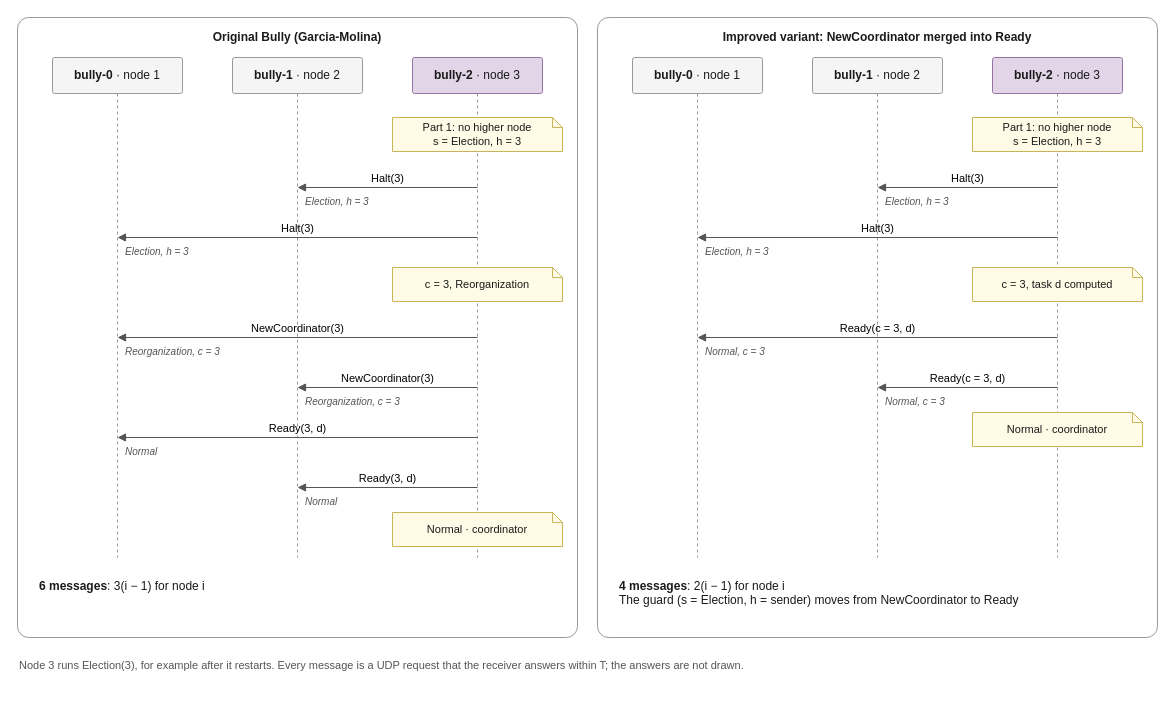
Above: docs/report/diagrams/bully-messages.drawio in pattygithubby/ds-p2-fortune-cookie (draw.io), before the change. Source tidied: cells renumbered, new cells numbered last; positions are measured from the earlier drawing's top-left corner, leaving out a move shared by most shapes. Both pictures are drawn from the tidied source at 100%, with x=0, y=0 at pixel (17, 17).
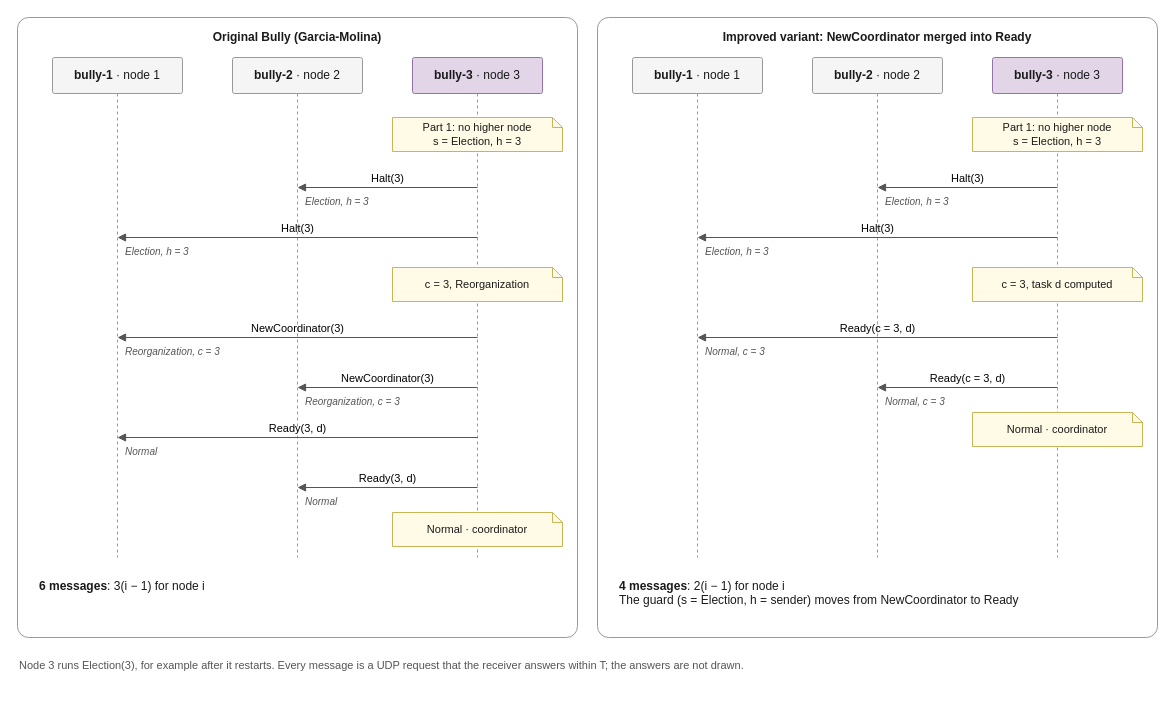
After the change.

Diff of the diagram source:
```diff
@@
-    <mxCell id="10" value="&lt;b&gt;bully-0&lt;/b&gt; · node 1" style="rounded=1;arcSize=6;fontFamily=Helvetica;fontSize=12;fontColor=#1a1a1a;html=1;whiteSpace=wrap;fillColor=#f5f5f5;strokeColor=#999999;" parent="1" vertex="1">
+    <mxCell id="10" value="&lt;b&gt;bully-1&lt;/b&gt; · node 1" style="rounded=1;arcSize=6;fontFamily=Helvetica;fontSize=12;fontColor=#1a1a1a;html=1;whiteSpace=wrap;fillColor=#f5f5f5;strokeColor=#999999;" parent="1" vertex="1">
       <mxGeometry x="35" y="40" width="130" height="36" as="geometry" />
     </mxCell>
-    <mxCell id="11" value="&lt;b&gt;bully-1&lt;/b&gt; · node 2" style="rounded=1;arcSize=6;fontFamily=Helvetica;fontSize=12;fontColor=#1a1a1a;html=1;whiteSpace=wrap;fillColor=#f5f5f5;strokeColor=#999999;" parent="1" vertex="1">
+    <mxCell id="11" value="&lt;b&gt;bully-2&lt;/b&gt; · node 2" style="rounded=1;arcSize=6;fontFamily=Helvetica;fontSize=12;fontColor=#1a1a1a;html=1;whiteSpace=wrap;fillColor=#f5f5f5;strokeColor=#999999;" parent="1" vertex="1">
       <mxGeometry x="215" y="40" width="130" height="36" as="geometry" />
     </mxCell>
-    <mxCell id="12" value="&lt;b&gt;bully-2&lt;/b&gt; · node 3" style="rounded=1;arcSize=6;fontFamily=Helvetica;fontSize=12;fontColor=#1a1a1a;html=1;whiteSpace=wrap;fillColor=#e1d5e7;strokeColor=#9673a6;" parent="1" vertex="1">
+    <mxCell id="12" value="&lt;b&gt;bully-3&lt;/b&gt; · node 3" style="rounded=1;arcSize=6;fontFamily=Helvetica;fontSize=12;fontColor=#1a1a1a;html=1;whiteSpace=wrap;fillColor=#e1d5e7;strokeColor=#9673a6;" parent="1" vertex="1">
       <mxGeometry x="395" y="40" width="130" height="36" as="geometry" />
     </mxCell>
@@
-    <mxCell id="29" value="&lt;b&gt;bully-0&lt;/b&gt; · node 1" style="rounded=1;arcSize=6;fontFamily=Helvetica;fontSize=12;fontColor=#1a1a1a;html=1;whiteSpace=wrap;fillColor=#f5f5f5;strokeColor=#999999;" parent="1" vertex="1">
+    <mxCell id="29" value="&lt;b&gt;bully-1&lt;/b&gt; · node 1" style="rounded=1;arcSize=6;fontFamily=Helvetica;fontSize=12;fontColor=#1a1a1a;html=1;whiteSpace=wrap;fillColor=#f5f5f5;strokeColor=#999999;" parent="1" vertex="1">
       <mxGeometry x="615" y="40" width="130" height="36" as="geometry" />
     </mxCell>
-    <mxCell id="30" value="&lt;b&gt;bully-1&lt;/b&gt; · node 2" style="rounded=1;arcSize=6;fontFamily=Helvetica;fontSize=12;fontColor=#1a1a1a;html=1;whiteSpace=wrap;fillColor=#f5f5f5;strokeColor=#999999;" parent="1" vertex="1">
+    <mxCell id="30" value="&lt;b&gt;bully-2&lt;/b&gt; · node 2" style="rounded=1;arcSize=6;fontFamily=Helvetica;fontSize=12;fontColor=#1a1a1a;html=1;whiteSpace=wrap;fillColor=#f5f5f5;strokeColor=#999999;" parent="1" vertex="1">
       <mxGeometry x="795" y="40" width="130" height="36" as="geometry" />
     </mxCell>
-    <mxCell id="31" value="&lt;b&gt;bully-2&lt;/b&gt; · node 3" style="rounded=1;arcSize=6;fontFamily=Helvetica;fontSize=12;fontColor=#1a1a1a;html=1;whiteSpace=wrap;fillColor=#e1d5e7;strokeColor=#9673a6;" parent="1" vertex="1">
+    <mxCell id="31" value="&lt;b&gt;bully-3&lt;/b&gt; · node 3" style="rounded=1;arcSize=6;fontFamily=Helvetica;fontSize=12;fontColor=#1a1a1a;html=1;whiteSpace=wrap;fillColor=#e1d5e7;strokeColor=#9673a6;" parent="1" vertex="1">
       <mxGeometry x="975" y="40" width="130" height="36" as="geometry" />
     </mxCell>
```
